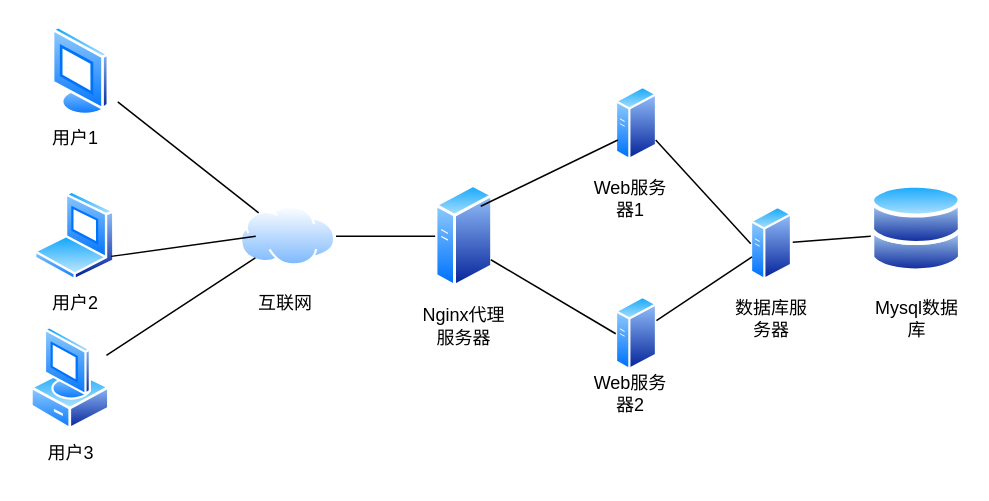
Before: structure.drawio in Norton-Lin/Picture, a draw.io diagram. Source tidied: cells renumbered, new cells numbered last; positions are measured from the earlier drawing's top-left corner, leaving out a move shared by most shapes. Both pictures are drawn from the tidied source at 150%, with x=0, y=0 at pixel (26, 26).
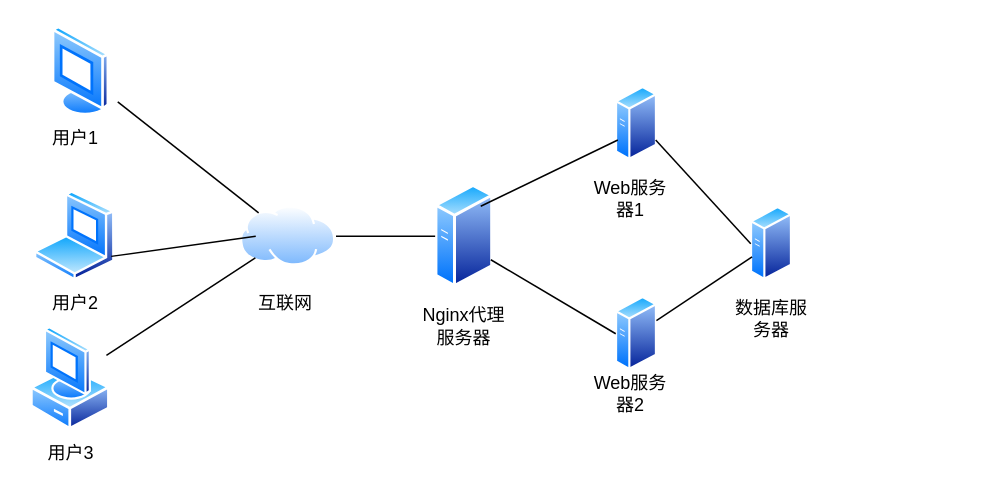
The same page after the edit.

The change refers to these unchanged cells:
```xml
<mxCell id="8" style="image;perimeter=ellipsePerimeter;html=1;align=center;shadow=0;dashed=0;spacingTop=3;image=img/lib/active_directory/generic_server.svg;" parent="1" vertex="1">
  <mxGeometry x="483" y="120" width="28" height="50" as="geometry" />
</mxCell>
```

Change to the diagram source:
```diff
@@
-    <mxCell id="6" style="image;perimeter=ellipsePerimeter;html=1;align=center;shadow=0;dashed=0;spacingTop=3;image=img/lib/active_directory/databases.svg;" parent="1" vertex="1">
-      <mxGeometry x="563" y="105" width="61.4" height="60.2" as="geometry" />
-    </mxCell>
@@
-    <mxCell id="19" value="Mysql数据库" style="text;html=1;align=center;verticalAlign=middle;whiteSpace=wrap;rounded=0;" parent="1" vertex="1">
-      <mxGeometry x="563.7" y="180" width="60" height="30" as="geometry" />
-    </mxCell>
@@
-    <mxCell id="28" style="endArrow=none;html=1;rounded=0;" parent="1" edge="1" target="8">
-      <mxGeometry relative="1" as="geometry">
-        <mxPoint x="563" y="140" as="sourcePoint" />
-      </mxGeometry>
-    </mxCell>
```
